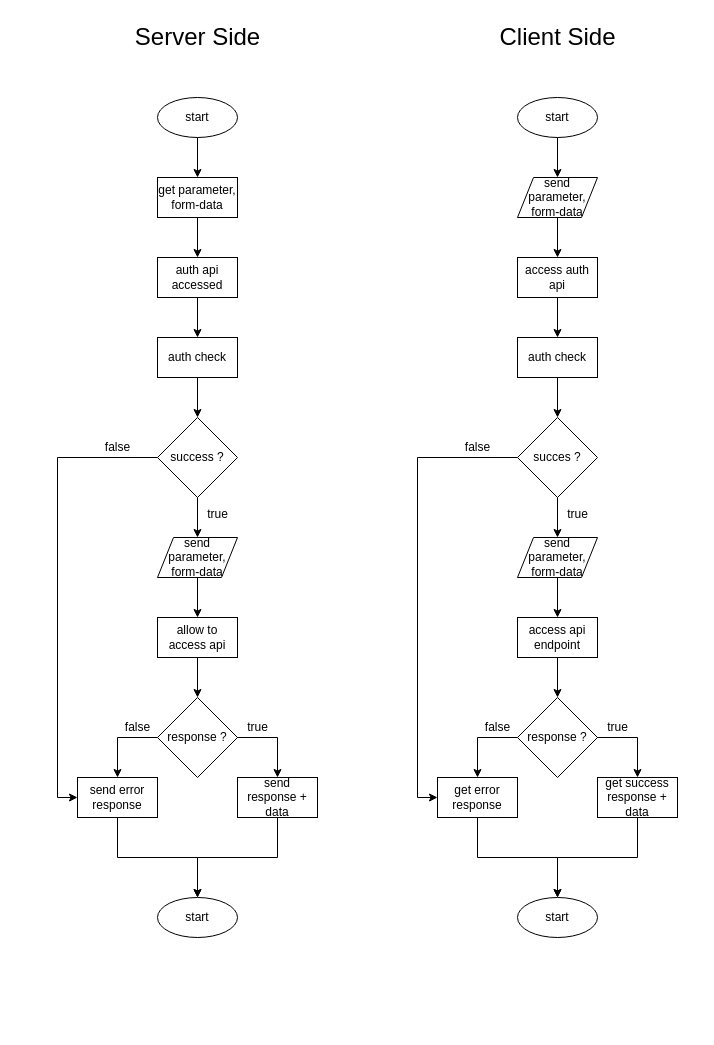
rifanid98/libraryapp-api keeps this draw.io diagram as src/assets/flowchart/libraryapp-api.drawio. Above is the earlier version. Source tidied: cells renumbered, new cells numbered last; positions are measured from the earlier drawing's top-left corner, leaving out a move shared by most shapes. Both pictures are drawn from the tidied source at 100%, with x=0, y=0 at pixel (77, 27).
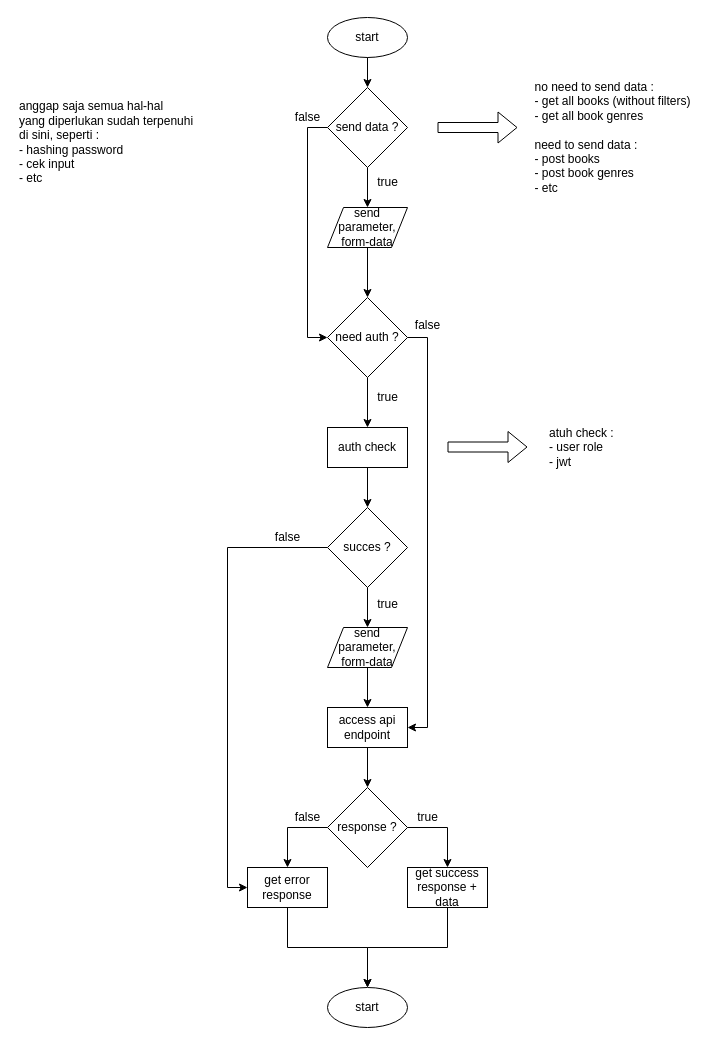
Above is the later version.

Diff of the diagram source:
```diff
@@
-    <mxCell id="2" style="group;" parent="1" vertex="1">
-      <mxGeometry width="240" height="910" as="geometry" />
-    </mxCell>
-    <mxCell id="3" value="&lt;font style=&quot;font-size: 24px&quot;&gt;Server Side&lt;/font&gt;" style="text;html=1;align=center;verticalAlign=middle;" parent="2" vertex="1">
-      <mxGeometry x="50" width="140" height="20" as="geometry" />
-    </mxCell>
-    <mxCell id="4" value="start" style="ellipse;whiteSpace=wrap;html=1;" parent="2" vertex="1">
-      <mxGeometry x="80" y="70" width="80" height="40" as="geometry" />
-    </mxCell>
-    <mxCell id="5" value="get parameter, form-data" style="rounded=0;whiteSpace=wrap;html=1;" parent="2" vertex="1">
-      <mxGeometry x="80" y="150" width="80" height="40" as="geometry" />
-    </mxCell>
-    <mxCell id="6" style="edgeStyle=orthogonalEdgeStyle;rounded=0;jettySize=auto;html=1;entryX=0.5;entryY=0;entryDx=0;entryDy=0;" parent="2" edge="1" source="4" target="5">
-      <mxGeometry relative="1" as="geometry" />
-    </mxCell>
-    <mxCell id="7" value="auth check" style="rounded=0;whiteSpace=wrap;html=1;" parent="2" vertex="1">
-      <mxGeometry x="80" y="310" width="80" height="40" as="geometry" />
-    </mxCell>
-    <mxCell id="8" value="success ?" style="rhombus;whiteSpace=wrap;html=1;" parent="2" vertex="1">
-      <mxGeometry x="80" y="390" width="80" height="80" as="geometry" />
-    </mxCell>
-    <mxCell id="9" style="edgeStyle=orthogonalEdgeStyle;rounded=0;jettySize=auto;html=1;entryX=0.5;entryY=0;entryDx=0;entryDy=0;" parent="2" edge="1" source="7" target="8">
-      <mxGeometry relative="1" as="geometry" />
-    </mxCell>
-    <mxCell id="10" value="allow to access api" style="rounded=0;whiteSpace=wrap;html=1;" parent="2" vertex="1">
-      <mxGeometry x="80" y="590" width="80" height="40" as="geometry" />
-    </mxCell>
-    <mxCell id="11" value="response ?" style="rhombus;whiteSpace=wrap;html=1;" parent="2" vertex="1">
-      <mxGeometry x="80" y="670" width="80" height="80" as="geometry" />
-    </mxCell>
-    <mxCell id="12" style="edgeStyle=orthogonalEdgeStyle;rounded=0;jettySize=auto;html=1;entryX=0.5;entryY=0;entryDx=0;entryDy=0;" parent="2" edge="1" source="10" target="11">
-      <mxGeometry relative="1" as="geometry" />
-    </mxCell>
-    <mxCell id="13" value="send response + data" style="rounded=0;whiteSpace=wrap;html=1;" parent="2" vertex="1">
-      <mxGeometry x="160" y="750" width="80" height="40" as="geometry" />
-    </mxCell>
-    <mxCell id="14" style="edgeStyle=orthogonalEdgeStyle;rounded=0;jettySize=auto;html=1;exitX=1;exitY=0.5;exitDx=0;exitDy=0;entryX=0.5;entryY=0;entryDx=0;entryDy=0;" parent="2" edge="1" source="11" target="13">
-      <mxGeometry relative="1" as="geometry" />
-    </mxCell>
-    <mxCell id="15" value="send error response" style="rounded=0;whiteSpace=wrap;html=1;" parent="2" vertex="1">
-      <mxGeometry y="750" width="80" height="40" as="geometry" />
-    </mxCell>
-    <mxCell id="16" style="edgeStyle=orthogonalEdgeStyle;rounded=0;jettySize=auto;html=1;exitX=0;exitY=0.5;exitDx=0;exitDy=0;entryX=0;entryY=0.5;entryDx=0;entryDy=0;" parent="2" edge="1" source="8" target="15">
-      <mxGeometry relative="1" as="geometry" />
-    </mxCell>
-    <mxCell id="17" style="edgeStyle=orthogonalEdgeStyle;rounded=0;jettySize=auto;html=1;exitX=0;exitY=0.5;exitDx=0;exitDy=0;entryX=0.5;entryY=0;entryDx=0;entryDy=0;" parent="2" edge="1" source="11" target="15">
-      <mxGeometry relative="1" as="geometry" />
-    </mxCell>
-    <mxCell id="18" value="true" style="text;html=1;align=center;verticalAlign=middle;" parent="2" vertex="1">
-      <mxGeometry x="160" y="690" width="40" height="20" as="geometry" />
-    </mxCell>
-    <mxCell id="19" value="false" style="text;html=1;align=center;verticalAlign=middle;" parent="2" vertex="1">
-      <mxGeometry x="40" y="690" width="40" height="20" as="geometry" />
-    </mxCell>
-    <mxCell id="20" value="start" style="ellipse;whiteSpace=wrap;html=1;" parent="2" vertex="1">
-      <mxGeometry x="80" y="870" width="80" height="40" as="geometry" />
-    </mxCell>
-    <mxCell id="21" style="edgeStyle=orthogonalEdgeStyle;rounded=0;jettySize=auto;html=1;entryX=0.5;entryY=0;entryDx=0;entryDy=0;" parent="2" edge="1" source="13" target="20">
-      <mxGeometry relative="1" as="geometry" />
-    </mxCell>
-    <mxCell id="22" style="edgeStyle=orthogonalEdgeStyle;rounded=0;jettySize=auto;html=1;entryX=0.5;entryY=0;entryDx=0;entryDy=0;" parent="2" edge="1" source="15" target="20">
-      <mxGeometry relative="1" as="geometry" />
-    </mxCell>
-    <mxCell id="23" value="true" style="text;html=1;align=center;verticalAlign=middle;" parent="2" vertex="1">
-      <mxGeometry x="120" y="477" width="40" height="20" as="geometry" />
-    </mxCell>
-    <mxCell id="24" value="false" style="text;html=1;align=center;verticalAlign=middle;" parent="2" vertex="1">
-      <mxGeometry x="20" y="410" width="40" height="20" as="geometry" />
-    </mxCell>
-    <mxCell id="25" style="edgeStyle=orthogonalEdgeStyle;rounded=0;jettySize=auto;html=1;entryX=0.5;entryY=0;entryDx=0;entryDy=0;" parent="2" edge="1" source="26" target="10">
-      <mxGeometry relative="1" as="geometry" />
-    </mxCell>
-    <mxCell id="26" value="send parameter,&lt;br&gt;form-data" style="shape=parallelogram;perimeter=parallelogramPerimeter;whiteSpace=wrap;html=1;" parent="2" vertex="1">
-      <mxGeometry x="80" y="510" width="80" height="40" as="geometry" />
-    </mxCell>
-    <mxCell id="27" style="edgeStyle=orthogonalEdgeStyle;rounded=0;jettySize=auto;html=1;exitX=0.5;exitY=1;exitDx=0;exitDy=0;entryX=0.5;entryY=0;entryDx=0;entryDy=0;" parent="2" edge="1" source="8" target="26">
-      <mxGeometry relative="1" as="geometry" />
-    </mxCell>
-    <mxCell id="28" style="edgeStyle=orthogonalEdgeStyle;rounded=0;jettySize=auto;html=1;entryX=0.5;entryY=0;entryDx=0;entryDy=0;" parent="2" edge="1" source="29" target="7">
-      <mxGeometry relative="1" as="geometry" />
-    </mxCell>
-    <mxCell id="29" value="auth api accessed" style="rounded=0;whiteSpace=wrap;html=1;" parent="2" vertex="1">
-      <mxGeometry x="80" y="230" width="80" height="40" as="geometry" />
-    </mxCell>
-    <mxCell id="30" style="edgeStyle=orthogonalEdgeStyle;rounded=0;jettySize=auto;html=1;entryX=0.5;entryY=0;entryDx=0;entryDy=0;" parent="2" edge="1" source="5" target="29">
-      <mxGeometry relative="1" as="geometry" />
-    </mxCell>
-    <mxCell id="31" style="group;" parent="1" vertex="1">
-      <mxGeometry x="360" width="240" height="910" as="geometry" />
-    </mxCell>
-    <mxCell id="32" value="&lt;font style=&quot;font-size: 24px&quot;&gt;Client Side&lt;/font&gt;" style="text;html=1;align=center;verticalAlign=middle;" parent="31" vertex="1">
-      <mxGeometry x="55" width="130" height="20" as="geometry" />
-    </mxCell>
+    <mxCell id="60" style="group;" parent="1" vertex="1">
+      <mxGeometry x="170" y="-10" width="270" height="1010" as="geometry" />
+    </mxCell>
-    <mxCell id="33" value="start" style="ellipse;whiteSpace=wrap;html=1;" parent="31" vertex="1">
-      <mxGeometry x="80" y="70" width="80" height="40" as="geometry" />
+    <mxCell id="33" value="start" style="ellipse;whiteSpace=wrap;html=1;" parent="60" vertex="1">
+      <mxGeometry x="80" width="80" height="40" as="geometry" />
     </mxCell>
-    <mxCell id="34" value="auth check" style="rounded=0;whiteSpace=wrap;html=1;" parent="31" vertex="1">
-      <mxGeometry x="80" y="310" width="80" height="40" as="geometry" />
+    <mxCell id="34" value="auth check" style="rounded=0;whiteSpace=wrap;html=1;" parent="60" vertex="1">
+      <mxGeometry x="80" y="410" width="80" height="40" as="geometry" />
     </mxCell>
-    <mxCell id="35" value="succes ?" style="rhombus;whiteSpace=wrap;html=1;" parent="31" vertex="1">
-      <mxGeometry x="80" y="390" width="80" height="80" as="geometry" />
+    <mxCell id="35" value="succes ?" style="rhombus;whiteSpace=wrap;html=1;" parent="60" vertex="1">
+      <mxGeometry x="80" y="490" width="80" height="80" as="geometry" />
     </mxCell>
-    <mxCell id="36" style="edgeStyle=orthogonalEdgeStyle;rounded=0;jettySize=auto;html=1;exitX=0.5;exitY=1;exitDx=0;exitDy=0;entryX=0.5;entryY=0;entryDx=0;entryDy=0;" parent="31" edge="1" source="34" target="35">
+    <mxCell id="36" style="edgeStyle=orthogonalEdgeStyle;rounded=0;jettySize=auto;html=1;exitX=0.5;exitY=1;exitDx=0;exitDy=0;entryX=0.5;entryY=0;entryDx=0;entryDy=0;" parent="60" edge="1" source="34" target="35">
       <mxGeometry relative="1" as="geometry" />
     </mxCell>
-    <mxCell id="37" value="true" style="text;html=1;align=center;verticalAlign=middle;" parent="31" vertex="1">
-      <mxGeometry x="160" y="690" width="40" height="20" as="geometry" />
+    <mxCell id="37" value="true" style="text;html=1;align=center;verticalAlign=middle;" parent="60" vertex="1">
+      <mxGeometry x="160" y="790" width="40" height="20" as="geometry" />
     </mxCell>
-    <mxCell id="38" value="false" style="text;html=1;align=center;verticalAlign=middle;" parent="31" vertex="1">
-      <mxGeometry x="40" y="690" width="40" height="20" as="geometry" />
+    <mxCell id="38" value="false" style="text;html=1;align=center;verticalAlign=middle;" parent="60" vertex="1">
+      <mxGeometry x="40" y="790" width="40" height="20" as="geometry" />
     </mxCell>
-    <mxCell id="39" value="response ?" style="rhombus;whiteSpace=wrap;html=1;" parent="31" vertex="1">
-      <mxGeometry x="80" y="670" width="80" height="80" as="geometry" />
+    <mxCell id="39" value="response ?" style="rhombus;whiteSpace=wrap;html=1;" parent="60" vertex="1">
+      <mxGeometry x="80" y="770" width="80" height="80" as="geometry" />
     </mxCell>
-    <mxCell id="40" value="send parameter,&lt;br&gt;form-data" style="shape=parallelogram;perimeter=parallelogramPerimeter;whiteSpace=wrap;html=1;" parent="31" vertex="1">
-      <mxGeometry x="80" y="510" width="80" height="40" as="geometry" />
+    <mxCell id="40" value="send parameter,&lt;br&gt;form-data" style="shape=parallelogram;perimeter=parallelogramPerimeter;whiteSpace=wrap;html=1;" parent="60" vertex="1">
+      <mxGeometry x="80" y="610" width="80" height="40" as="geometry" />
     </mxCell>
-    <mxCell id="41" style="edgeStyle=orthogonalEdgeStyle;rounded=0;jettySize=auto;html=1;exitX=0.5;exitY=1;exitDx=0;exitDy=0;entryX=0.5;entryY=0;entryDx=0;entryDy=0;" parent="31" edge="1" source="35" target="40">
+    <mxCell id="41" style="edgeStyle=orthogonalEdgeStyle;rounded=0;jettySize=auto;html=1;exitX=0.5;exitY=1;exitDx=0;exitDy=0;entryX=0.5;entryY=0;entryDx=0;entryDy=0;" parent="60" edge="1" source="35" target="40">
       <mxGeometry relative="1" as="geometry" />
     </mxCell>
-    <mxCell id="42" style="edgeStyle=orthogonalEdgeStyle;rounded=0;jettySize=auto;html=1;" parent="31" edge="1" source="43" target="39">
+    <mxCell id="42" style="edgeStyle=orthogonalEdgeStyle;rounded=0;jettySize=auto;html=1;" parent="60" edge="1" source="43" target="39">
       <mxGeometry relative="1" as="geometry" />
     </mxCell>
-    <mxCell id="43" value="access api endpoint" style="rounded=0;whiteSpace=wrap;html=1;" parent="31" vertex="1">
-      <mxGeometry x="80" y="590" width="80" height="40" as="geometry" />
+    <mxCell id="43" value="access api endpoint" style="rounded=0;whiteSpace=wrap;html=1;" parent="60" vertex="1">
+      <mxGeometry x="80" y="690" width="80" height="40" as="geometry" />
     </mxCell>
-    <mxCell id="44" style="edgeStyle=orthogonalEdgeStyle;rounded=0;jettySize=auto;html=1;exitX=0.5;exitY=1;exitDx=0;exitDy=0;" parent="31" edge="1" source="40" target="43">
+    <mxCell id="44" style="edgeStyle=orthogonalEdgeStyle;rounded=0;jettySize=auto;html=1;exitX=0.5;exitY=1;exitDx=0;exitDy=0;" parent="60" edge="1" source="40" target="43">
       <mxGeometry relative="1" as="geometry" />
     </mxCell>
-    <mxCell id="45" value="get success response + data" style="rounded=0;whiteSpace=wrap;html=1;" parent="31" vertex="1">
-      <mxGeometry x="160" y="750" width="80" height="40" as="geometry" />
+    <mxCell id="45" value="get success response + data" style="rounded=0;whiteSpace=wrap;html=1;" parent="60" vertex="1">
+      <mxGeometry x="160" y="850" width="80" height="40" as="geometry" />
     </mxCell>
-    <mxCell id="46" style="edgeStyle=orthogonalEdgeStyle;rounded=0;jettySize=auto;html=1;exitX=1;exitY=0.5;exitDx=0;exitDy=0;" parent="31" edge="1" source="39" target="45">
+    <mxCell id="46" style="edgeStyle=orthogonalEdgeStyle;rounded=0;jettySize=auto;html=1;exitX=1;exitY=0.5;exitDx=0;exitDy=0;" parent="60" edge="1" source="39" target="45">
       <mxGeometry relative="1" as="geometry" />
     </mxCell>
-    <mxCell id="47" value="get error response" style="rounded=0;whiteSpace=wrap;html=1;" parent="31" vertex="1">
-      <mxGeometry y="750" width="80" height="40" as="geometry" />
+    <mxCell id="47" value="get error response" style="rounded=0;whiteSpace=wrap;html=1;" parent="60" vertex="1">
+      <mxGeometry y="850" width="80" height="40" as="geometry" />
     </mxCell>
-    <mxCell id="48" style="edgeStyle=orthogonalEdgeStyle;rounded=0;jettySize=auto;html=1;exitX=0;exitY=0.5;exitDx=0;exitDy=0;entryX=0;entryY=0.5;entryDx=0;entryDy=0;" parent="31" edge="1" source="35" target="47">
+    <mxCell id="48" style="edgeStyle=orthogonalEdgeStyle;rounded=0;jettySize=auto;html=1;exitX=0;exitY=0.5;exitDx=0;exitDy=0;entryX=0;entryY=0.5;entryDx=0;entryDy=0;" parent="60" edge="1" source="35" target="47">
       <mxGeometry relative="1" as="geometry" />
     </mxCell>
-    <mxCell id="49" style="edgeStyle=orthogonalEdgeStyle;rounded=0;jettySize=auto;html=1;exitX=0;exitY=0.5;exitDx=0;exitDy=0;" parent="31" edge="1" source="39" target="47">
+    <mxCell id="49" style="edgeStyle=orthogonalEdgeStyle;rounded=0;jettySize=auto;html=1;exitX=0;exitY=0.5;exitDx=0;exitDy=0;" parent="60" edge="1" source="39" target="47">
       <mxGeometry relative="1" as="geometry" />
     </mxCell>
-    <mxCell id="50" value="start" style="ellipse;whiteSpace=wrap;html=1;" parent="31" vertex="1">
-      <mxGeometry x="80" y="870" width="80" height="40" as="geometry" />
+    <mxCell id="50" value="start" style="ellipse;whiteSpace=wrap;html=1;" parent="60" vertex="1">
+      <mxGeometry x="80" y="970" width="80" height="40" as="geometry" />
     </mxCell>
-    <mxCell id="51" style="edgeStyle=orthogonalEdgeStyle;rounded=0;jettySize=auto;html=1;entryX=0.5;entryY=0;entryDx=0;entryDy=0;" parent="31" edge="1" source="45" target="50">
+    <mxCell id="51" style="edgeStyle=orthogonalEdgeStyle;rounded=0;jettySize=auto;html=1;entryX=0.5;entryY=0;entryDx=0;entryDy=0;" parent="60" edge="1" source="45" target="50">
       <mxGeometry relative="1" as="geometry" />
     </mxCell>
-    <mxCell id="52" style="edgeStyle=orthogonalEdgeStyle;rounded=0;jettySize=auto;html=1;" parent="31" edge="1" source="47" target="50">
+    <mxCell id="52" style="edgeStyle=orthogonalEdgeStyle;rounded=0;jettySize=auto;html=1;" parent="60" edge="1" source="47" target="50">
       <mxGeometry relative="1" as="geometry" />
     </mxCell>
-    <mxCell id="53" value="send parameter,&lt;br&gt;form-data" style="shape=parallelogram;perimeter=parallelogramPerimeter;whiteSpace=wrap;html=1;" parent="31" vertex="1">
-      <mxGeometry x="80" y="150" width="80" height="40" as="geometry" />
+    <mxCell id="53" value="send parameter,&lt;br&gt;form-data" style="shape=parallelogram;perimeter=parallelogramPerimeter;whiteSpace=wrap;html=1;" parent="60" vertex="1">
+      <mxGeometry x="80" y="190" width="80" height="40" as="geometry" />
     </mxCell>
-    <mxCell id="54" style="edgeStyle=orthogonalEdgeStyle;rounded=0;jettySize=auto;html=1;entryX=0.5;entryY=0;entryDx=0;entryDy=0;" parent="31" edge="1" source="33" target="53">
-      <mxGeometry relative="1" as="geometry" />
-    </mxCell>
-    <mxCell id="55" style="edgeStyle=orthogonalEdgeStyle;rounded=0;jettySize=auto;html=1;entryX=0.5;entryY=0;entryDx=0;entryDy=0;" parent="31" edge="1" source="56" target="34">
-      <mxGeometry relative="1" as="geometry" />
-    </mxCell>
-    <mxCell id="56" value="access auth api" style="rounded=0;whiteSpace=wrap;html=1;" parent="31" vertex="1">
-      <mxGeometry x="80" y="230" width="80" height="40" as="geometry" />
-    </mxCell>
-    <mxCell id="57" style="edgeStyle=orthogonalEdgeStyle;rounded=0;jettySize=auto;html=1;entryX=0.5;entryY=0;entryDx=0;entryDy=0;" parent="31" edge="1" source="53" target="56">
-      <mxGeometry relative="1" as="geometry" />
-    </mxCell>
-    <mxCell id="58" value="true" style="text;html=1;align=center;verticalAlign=middle;" parent="31" vertex="1">
-      <mxGeometry x="120" y="477" width="40" height="20" as="geometry" />
+    <mxCell id="58" value="true" style="text;html=1;align=center;verticalAlign=middle;" parent="60" vertex="1">
+      <mxGeometry x="120" y="577" width="40" height="20" as="geometry" />
     </mxCell>
-    <mxCell id="59" value="false" style="text;html=1;align=center;verticalAlign=middle;" parent="31" vertex="1">
-      <mxGeometry x="20" y="410" width="40" height="20" as="geometry" />
+    <mxCell id="59" value="false" style="text;html=1;align=center;verticalAlign=middle;" parent="60" vertex="1">
+      <mxGeometry x="20" y="510" width="40" height="20" as="geometry" />
     </mxCell>
+    <mxCell id="61" style="edgeStyle=orthogonalEdgeStyle;rounded=0;jettySize=auto;html=1;" parent="60" edge="1" source="62" target="53">
+      <mxGeometry relative="1" as="geometry" />
+    </mxCell>
+    <mxCell id="62" value="send data ?" style="rhombus;whiteSpace=wrap;html=1;" parent="60" vertex="1">
+      <mxGeometry x="80" y="70" width="80" height="80" as="geometry" />
+    </mxCell>
+    <mxCell id="63" style="edgeStyle=orthogonalEdgeStyle;rounded=0;jettySize=auto;html=1;" parent="60" edge="1" source="33" target="62">
+      <mxGeometry relative="1" as="geometry" />
+    </mxCell>
+    <mxCell id="64" style="edgeStyle=orthogonalEdgeStyle;rounded=0;jettySize=auto;html=1;entryX=0.5;entryY=0;entryDx=0;entryDy=0;" parent="60" edge="1" source="66" target="34">
+      <mxGeometry relative="1" as="geometry" />
+    </mxCell>
+    <mxCell id="65" style="edgeStyle=orthogonalEdgeStyle;rounded=0;jettySize=auto;html=1;exitX=1;exitY=0.5;exitDx=0;exitDy=0;entryX=1;entryY=0.5;entryDx=0;entryDy=0;" parent="60" edge="1" source="66" target="43">
+      <mxGeometry relative="1" as="geometry" />
+    </mxCell>
+    <mxCell id="66" value="need auth ?" style="rhombus;whiteSpace=wrap;html=1;" parent="60" vertex="1">
+      <mxGeometry x="80" y="280" width="80" height="80" as="geometry" />
+    </mxCell>
+    <mxCell id="67" style="edgeStyle=orthogonalEdgeStyle;rounded=0;jettySize=auto;html=1;" parent="60" edge="1" source="53" target="66">
+      <mxGeometry relative="1" as="geometry" />
+    </mxCell>
+    <mxCell id="68" style="edgeStyle=orthogonalEdgeStyle;rounded=0;jettySize=auto;html=1;exitX=0;exitY=0.5;exitDx=0;exitDy=0;entryX=0;entryY=0.5;entryDx=0;entryDy=0;" parent="60" edge="1" source="62" target="66">
+      <mxGeometry relative="1" as="geometry" />
+    </mxCell>
+    <mxCell id="69" value="true" style="text;html=1;align=center;verticalAlign=middle;" parent="60" vertex="1">
+      <mxGeometry x="120" y="155" width="40" height="20" as="geometry" />
+    </mxCell>
+    <mxCell id="70" value="true" style="text;html=1;align=center;verticalAlign=middle;" parent="60" vertex="1">
+      <mxGeometry x="120" y="370" width="40" height="20" as="geometry" />
+    </mxCell>
+    <mxCell id="71" value="false" style="text;html=1;align=center;verticalAlign=middle;" parent="60" vertex="1">
+      <mxGeometry x="40" y="90" width="40" height="20" as="geometry" />
+    </mxCell>
+    <mxCell id="72" value="false" style="text;html=1;align=center;verticalAlign=middle;" parent="60" vertex="1">
+      <mxGeometry x="160" y="298" width="40" height="20" as="geometry" />
+    </mxCell>
+    <mxCell id="73" style="shape=flexArrow;endArrow=classic;html=1;" parent="60" edge="1">
+      <mxGeometry relative="1" as="geometry">
+        <mxPoint x="190" y="110" as="sourcePoint" />
+        <mxPoint x="270" y="110" as="targetPoint" />
+      </mxGeometry>
+    </mxCell>
+    <mxCell id="74" style="shape=flexArrow;endArrow=classic;html=1;" parent="60" edge="1">
+      <mxGeometry relative="1" as="geometry">
+        <mxPoint x="200" y="429.5" as="sourcePoint" />
+        <mxPoint x="280" y="429.5" as="targetPoint" />
+      </mxGeometry>
+    </mxCell>
+    <mxCell id="75" value="&lt;div style=&quot;text-align: left&quot;&gt;&lt;span&gt;no need to send data :&lt;/span&gt;&lt;/div&gt;&lt;div style=&quot;text-align: left&quot;&gt;&lt;span&gt;- get all books (without filters)&lt;/span&gt;&lt;/div&gt;&lt;div style=&quot;text-align: left&quot;&gt;&lt;span&gt;- get all book genres&lt;/span&gt;&lt;/div&gt;&lt;div style=&quot;text-align: left&quot;&gt;&lt;span&gt;&lt;br&gt;&lt;/span&gt;&lt;/div&gt;&lt;div style=&quot;text-align: left&quot;&gt;&lt;span&gt;need to send data :&lt;/span&gt;&lt;/div&gt;&lt;div style=&quot;text-align: left&quot;&gt;&lt;span&gt;- post books&lt;/span&gt;&lt;/div&gt;&lt;div style=&quot;text-align: left&quot;&gt;&lt;span&gt;- post book genres&lt;/span&gt;&lt;/div&gt;&lt;div style=&quot;text-align: left&quot;&gt;&lt;span&gt;- etc&lt;/span&gt;&lt;/div&gt;" style="text;html=1;align=center;verticalAlign=middle;" parent="1" vertex="1">
+      <mxGeometry x="450" y="50" width="170" height="120" as="geometry" />
+    </mxCell>
+    <mxCell id="76" value="&lt;div&gt;atuh check :&lt;/div&gt;&lt;div&gt;- user role&lt;/div&gt;&lt;div&gt;- jwt&lt;/div&gt;" style="text;html=1;align=left;verticalAlign=middle;" parent="1" vertex="1">
+      <mxGeometry x="470" y="395" width="80" height="50" as="geometry" />
+    </mxCell>
+    <mxCell id="77" value="&lt;div&gt;anggap saja semua hal-hal&amp;nbsp;&lt;/div&gt;&lt;div&gt;yang diperlukan sudah terpenuhi&amp;nbsp;&lt;/div&gt;&lt;div&gt;di sini, seperti :&lt;/div&gt;&lt;div&gt;- hashing password&lt;/div&gt;&lt;div&gt;- cek input&lt;/div&gt;&lt;div&gt;- etc&lt;/div&gt;" style="text;html=1;align=left;verticalAlign=middle;" parent="1" vertex="1">
+      <mxGeometry x="-60" y="70" width="190" height="90" as="geometry" />
+    </mxCell>
```
